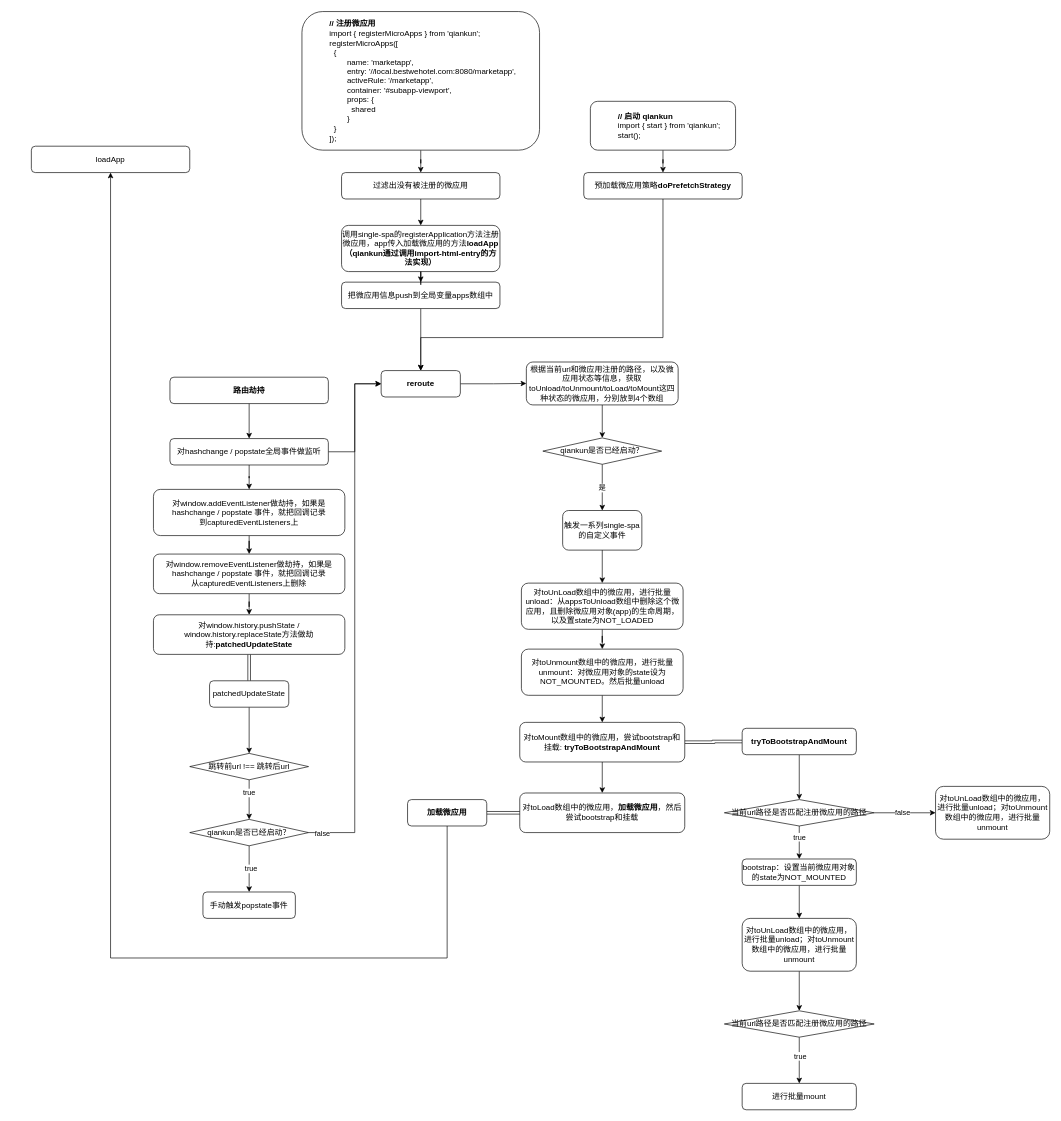
Before: page "劫持/注册/启动" (2 of 2) of frontend/qiankun工作流程.drawio in Rockergmail/draw.io, a draw.io diagram. Source tidied: cells renumbered, new cells numbered last; positions are measured from the earlier drawing's top-left corner, leaving out a move shared by most shapes. Both pictures are drawn from the tidied source at 66%, with x=0, y=0 at pixel (31, 11).
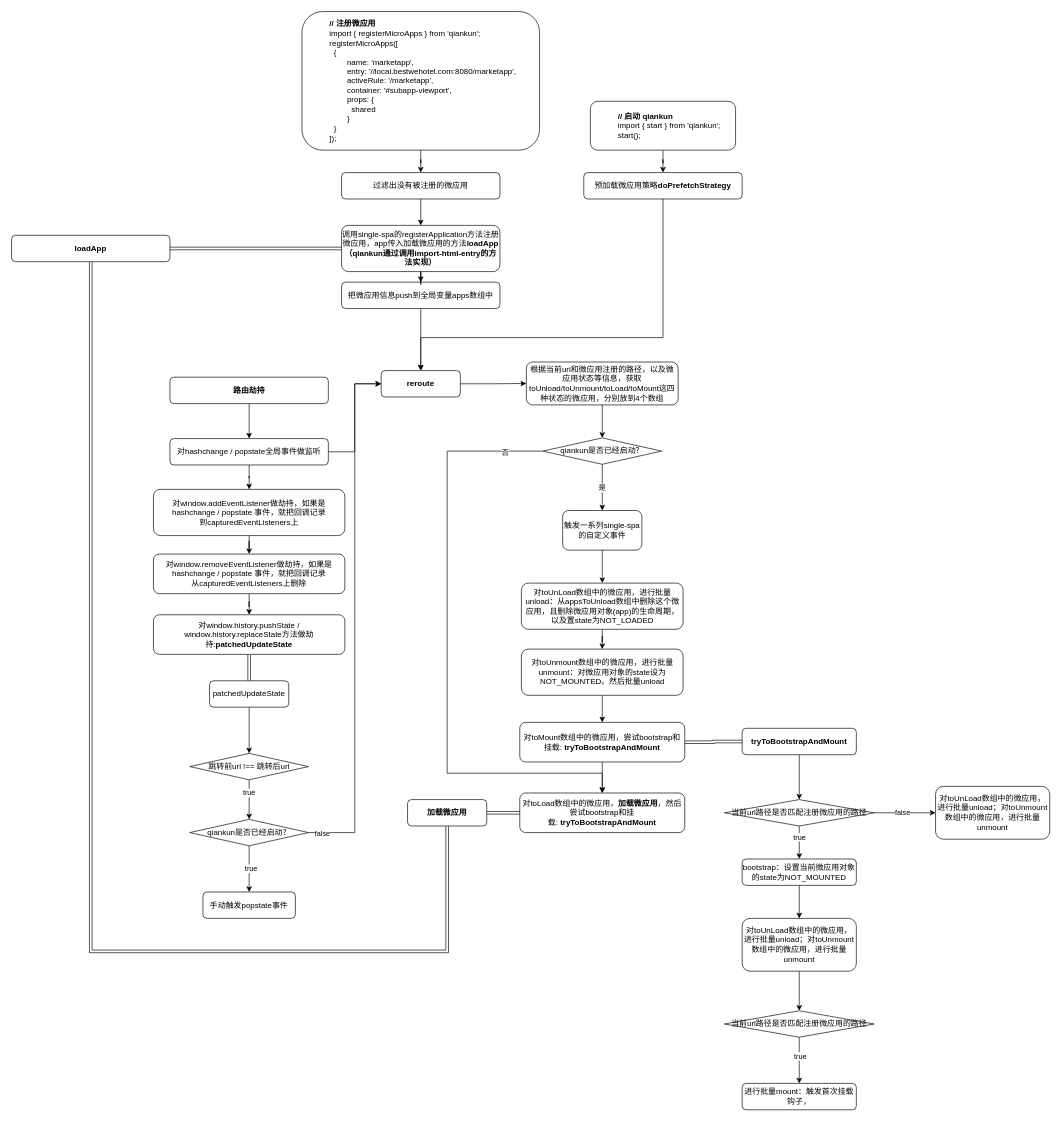
The same diagram, later.

Commit message:
更新qiankun工作流程.drawio

Unchanged cells that the change refers to:
```xml
<mxCell id="33" value="调用single-spa的registerApplication方法注册微应用，app传入加载微应用的方法&lt;b&gt;loadApp（qiankun通过调用import-html-entry的方法实现）&lt;/b&gt;" style="rounded=1;whiteSpace=wrap;html=1;fontSize=12;glass=0;strokeWidth=1;shadow=0;" parent="1" vertex="1">
  <mxGeometry x="470" y="324" width="240" height="70" as="geometry" />
</mxCell>
<mxCell id="42" value="qiankun是否已经启动？" style="rhombus;whiteSpace=wrap;html=1;" parent="1" vertex="1">
  <mxGeometry x="775" y="646" width="180" height="40" as="geometry" />
</mxCell>
<mxCell id="56" value="&lt;b&gt;加载微应用&lt;/b&gt;" style="rounded=1;whiteSpace=wrap;html=1;fontSize=12;glass=0;strokeWidth=1;shadow=0;" parent="1" vertex="1">
  <mxGeometry x="570" y="1194" width="120" height="40" as="geometry" />
</mxCell>
```

The edit, as a diff of the source:
```diff
@@
+    <mxCell id="73" style="edgeStyle=orthogonalEdgeStyle;rounded=0;jettySize=auto;html=1;exitX=0;exitY=0.5;exitDx=0;exitDy=0;entryX=0.5;entryY=0;entryDx=0;entryDy=0;" parent="1" edge="1" source="42" target="53">
+      <mxGeometry relative="1" as="geometry">
+        <Array as="points">
+          <mxPoint x="630" y="666" />
+          <mxPoint x="630" y="1154" />
+          <mxPoint x="865" y="1154" />
+        </Array>
+      </mxGeometry>
+    </mxCell>
+    <mxCell id="74" value="否" style="edgeLabel;html=1;align=center;verticalAlign=middle;" parent="73" vertex="1">
+      <mxGeometry x="-0.87" y="1" relative="1" as="geometry" />
+    </mxCell>
@@
+    <mxCell id="75" style="edgeStyle=orthogonalEdgeStyle;shape=link;rounded=0;jettySize=auto;html=1;exitX=1;exitY=0.5;exitDx=0;exitDy=0;entryX=0;entryY=0.5;entryDx=0;entryDy=0;" parent="1" edge="1" source="52" target="33">
+      <mxGeometry relative="1" as="geometry" />
+    </mxCell>
-    <mxCell id="52" value="loadApp" style="rounded=1;whiteSpace=wrap;html=1;fontSize=12;glass=0;strokeWidth=1;shadow=0;" parent="1" vertex="1">
-      <mxGeometry y="204" width="240" height="40" as="geometry" />
+    <mxCell id="52" value="&lt;b&gt;loadApp&lt;/b&gt;" style="rounded=1;whiteSpace=wrap;html=1;fontSize=12;glass=0;strokeWidth=1;shadow=0;" parent="1" vertex="1">
+      <mxGeometry x="-30" y="339" width="240" height="40" as="geometry" />
     </mxCell>
-    <mxCell id="53" value="对toLoad数组中的微应用，&lt;b&gt;加载微应用&lt;/b&gt;，然后尝试bootstrap和挂载" style="whiteSpace=wrap;html=1;rounded=1;" parent="1" vertex="1">
+    <mxCell id="53" value="对toLoad数组中的微应用，&lt;b&gt;加载微应用&lt;/b&gt;，然后尝试bootstrap和挂载:&amp;nbsp;&lt;b&gt;tryToBootstrapAndMount&lt;/b&gt;" style="whiteSpace=wrap;html=1;rounded=1;" parent="1" vertex="1">
       <mxGeometry x="740" y="1184" width="250" height="60" as="geometry" />
     </mxCell>
@@
-    <mxCell id="55" style="edgeStyle=orthogonalEdgeStyle;rounded=0;jettySize=auto;html=1;" parent="1" edge="1" source="56" target="52">
+    <mxCell id="55" style="edgeStyle=orthogonalEdgeStyle;rounded=0;jettySize=auto;html=1;shape=link;exitX=0.5;exitY=1;exitDx=0;exitDy=0;" parent="1" edge="1" source="56" target="52">
       <mxGeometry relative="1" as="geometry">
         <Array as="points">
-          <mxPoint x="630" y="1434" />
-          <mxPoint x="120" y="1434" />
+          <mxPoint x="630" y="1424" />
+          <mxPoint x="90" y="1424" />
         </Array>
       </mxGeometry>
     </mxCell>
@@
-    <mxCell id="72" value="进行批量mount" style="rounded=1;whiteSpace=wrap;html=1;fontSize=12;glass=0;strokeWidth=1;shadow=0;" parent="1" vertex="1">
+    <mxCell id="72" value="进行批量mount：触发首次挂载钩子，" style="rounded=1;whiteSpace=wrap;html=1;fontSize=12;glass=0;strokeWidth=1;shadow=0;" parent="1" vertex="1">
       <mxGeometry x="1077" y="1624" width="173" height="40" as="geometry" />
     </mxCell>
```
